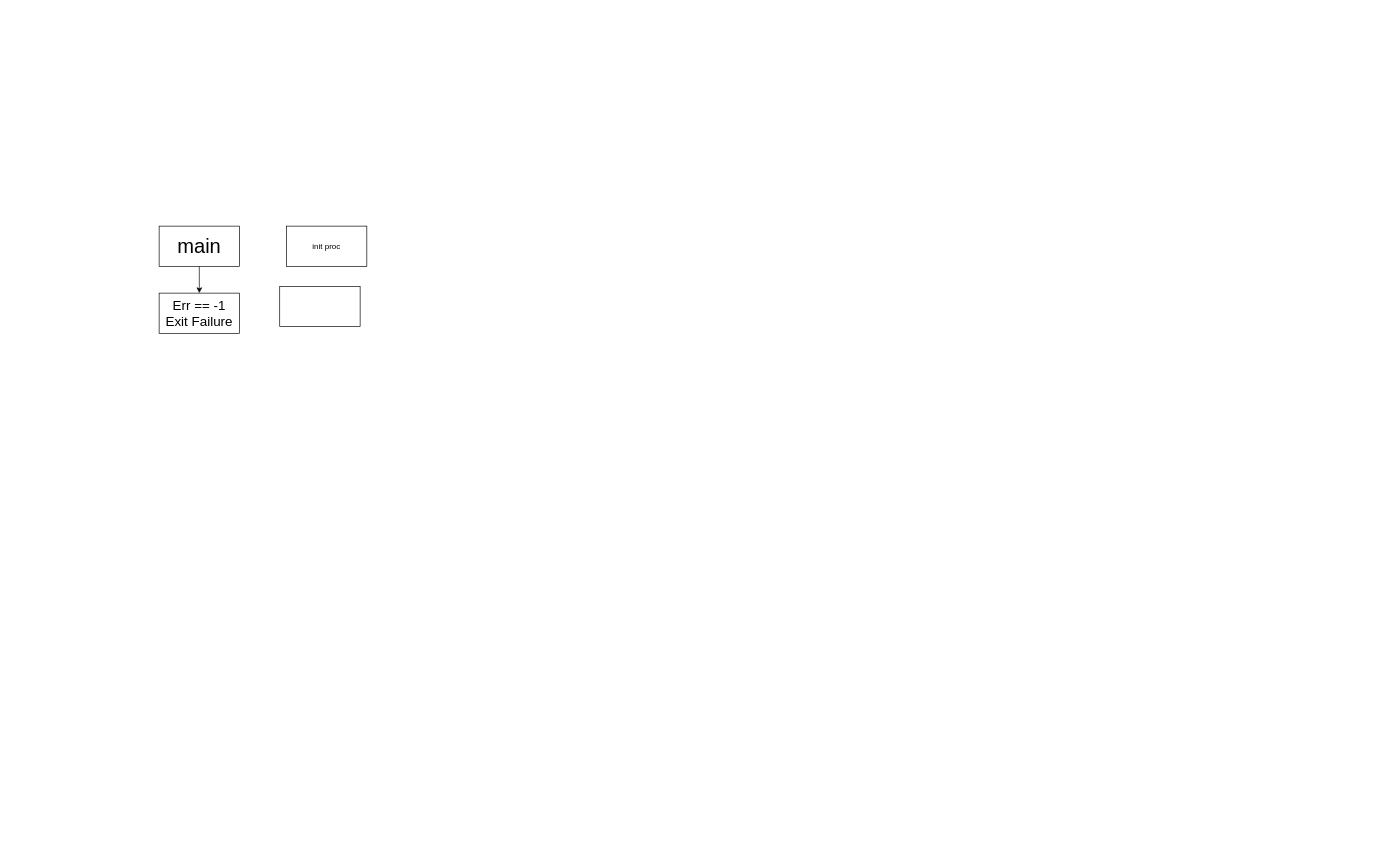
The draw.io diagram notes/Untitled Diagram.drawio in tantk/42, before the edit. Source tidied: cells renumbered, new cells numbered last; positions are measured from the earlier drawing's top-left corner, leaving out a move shared by most shapes. Both pictures are drawn from the tidied source at 67%, with x=0, y=0 at pixel (159, 226).
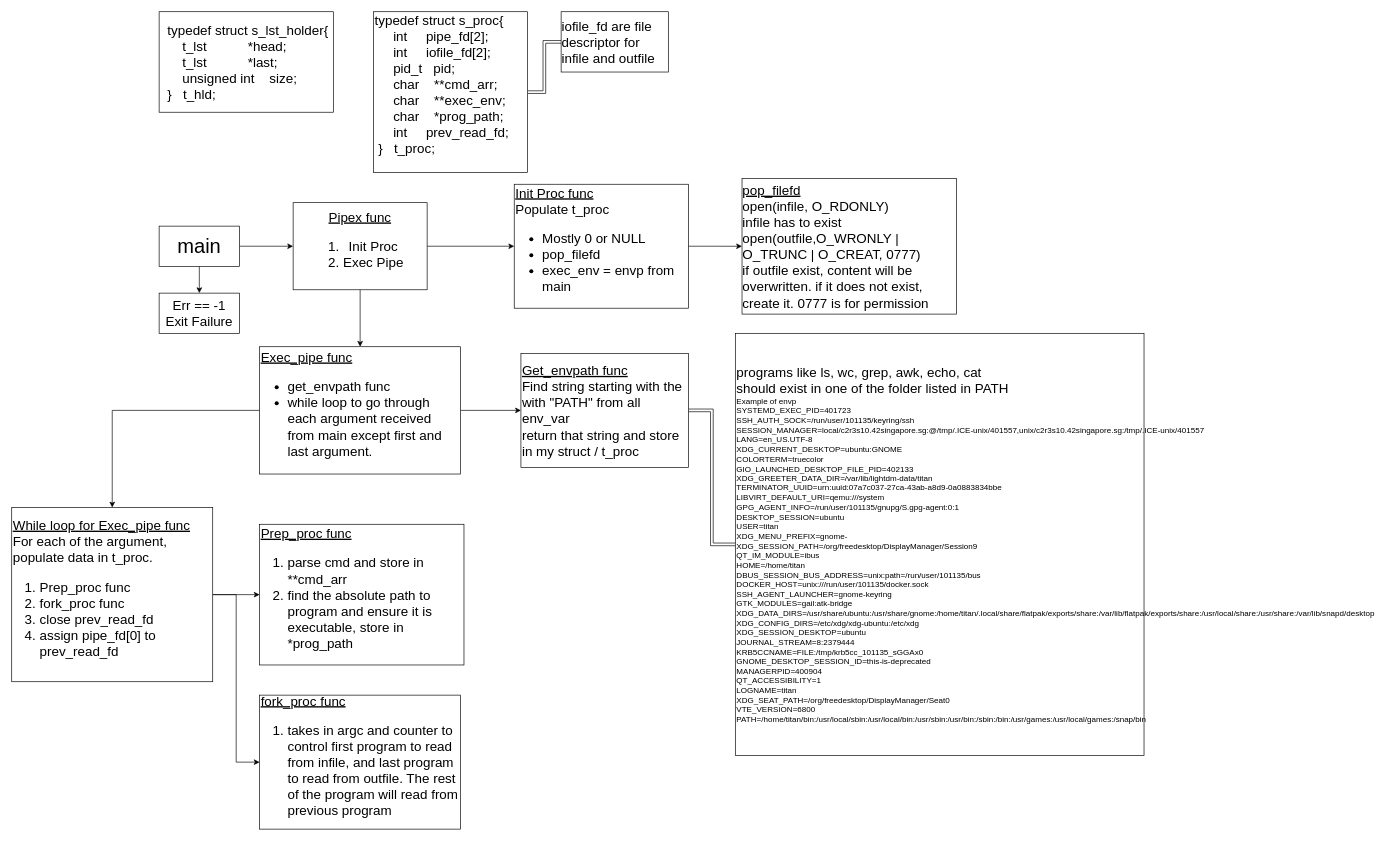
After the change.

The change refers to these unchanged cells:
```xml
<mxCell id="3" value="&lt;font style=&quot;font-size: 30px;&quot;&gt;main&lt;/font&gt;" style="rounded=0;whiteSpace=wrap;html=1;" parent="1" vertex="1">
  <mxGeometry width="120" height="60" as="geometry" />
</mxCell>
```

Diff of the diagram source:
```diff
@@
+    <mxCell id="7" style="edgeStyle=orthogonalEdgeStyle;rounded=0;jettySize=auto;html=1;entryX=0;entryY=0.5;entryDx=0;entryDy=0;" parent="1" edge="1" source="3" target="5">
+      <mxGeometry relative="1" as="geometry" />
+    </mxCell>
@@
+    <mxCell id="8" style="edgeStyle=orthogonalEdgeStyle;rounded=0;jettySize=auto;html=1;" parent="1" edge="1" source="5" target="15">
+      <mxGeometry relative="1" as="geometry" />
+    </mxCell>
+    <mxCell id="9" style="edgeStyle=orthogonalEdgeStyle;rounded=0;jettySize=auto;html=1;" parent="1" edge="1" source="5" target="19">
+      <mxGeometry relative="1" as="geometry" />
+    </mxCell>
-    <mxCell id="5" value="init proc" style="rounded=0;whiteSpace=wrap;html=1;" parent="1" vertex="1">
-      <mxGeometry x="190" width="120" height="60" as="geometry" />
+    <mxCell id="5" value="&lt;font style=&quot;font-size: 20px;&quot;&gt;&lt;u&gt;Pipex func&lt;/u&gt;&lt;br&gt;&lt;ol&gt;&lt;li&gt;Init Proc&lt;/li&gt;&lt;li&gt;Exec Pipe&lt;/li&gt;&lt;/ol&gt;&lt;/font&gt;" style="rounded=0;whiteSpace=wrap;html=1;align=center;" parent="1" vertex="1">
+      <mxGeometry x="200" y="-35" width="200" height="130" as="geometry" />
     </mxCell>
-    <mxCell id="6" style="rounded=0;whiteSpace=wrap;html=1;" parent="1" vertex="1">
-      <mxGeometry x="180" y="90" width="120" height="60" as="geometry" />
-    </mxCell>
+    <mxCell id="10" style="edgeStyle=orthogonalEdgeStyle;rounded=0;jettySize=auto;html=1;entryX=0;entryY=0.5;entryDx=0;entryDy=0;shape=link;" parent="1" edge="1" source="11" target="13">
+      <mxGeometry relative="1" as="geometry" />
+    </mxCell>
+    <mxCell id="11" value="&lt;div style=&quot;font-size: 20px;&quot;&gt;&lt;font style=&quot;font-size: 20px;&quot;&gt;&lt;span style=&quot;background-color: initial;&quot;&gt;typedef struct s_proc{&lt;/span&gt;&lt;br&gt;&lt;/font&gt;&lt;/div&gt;&lt;div style=&quot;font-size: 20px;&quot;&gt;&lt;font style=&quot;font-size: 20px;&quot;&gt;&amp;nbsp; &amp;nbsp; &amp;nbsp;int&amp;nbsp; &amp;nbsp; &amp;nbsp;pipe_fd[2];&lt;/font&gt;&lt;/div&gt;&lt;div style=&quot;font-size: 20px;&quot;&gt;&lt;font style=&quot;font-size: 20px;&quot;&gt;&amp;nbsp; &amp;nbsp; &amp;nbsp;int&amp;nbsp; &amp;nbsp; &amp;nbsp;iofile_fd[2];&lt;/font&gt;&lt;/div&gt;&lt;div style=&quot;font-size: 20px;&quot;&gt;&lt;font style=&quot;font-size: 20px;&quot;&gt;&amp;nbsp; &amp;nbsp; &amp;nbsp;pid_t&amp;nbsp; &amp;nbsp;pid;&lt;/font&gt;&lt;/div&gt;&lt;div style=&quot;font-size: 20px;&quot;&gt;&lt;font style=&quot;font-size: 20px;&quot;&gt;&amp;nbsp; &amp;nbsp; &amp;nbsp;char&amp;nbsp; &amp;nbsp; **cmd_arr;&lt;/font&gt;&lt;/div&gt;&lt;div style=&quot;font-size: 20px;&quot;&gt;&lt;font style=&quot;font-size: 20px;&quot;&gt;&amp;nbsp; &amp;nbsp; &amp;nbsp;char&amp;nbsp; &amp;nbsp; **exec_env;&lt;/font&gt;&lt;/div&gt;&lt;div style=&quot;font-size: 20px;&quot;&gt;&lt;font style=&quot;font-size: 20px;&quot;&gt;&amp;nbsp; &amp;nbsp; &amp;nbsp;char&amp;nbsp; &amp;nbsp; *prog_path;&lt;/font&gt;&lt;/div&gt;&lt;div style=&quot;font-size: 20px;&quot;&gt;&lt;font style=&quot;font-size: 20px;&quot;&gt;&amp;nbsp; &amp;nbsp; &amp;nbsp;int&amp;nbsp; &amp;nbsp; &amp;nbsp;prev_read_fd;&lt;/font&gt;&lt;/div&gt;&lt;div style=&quot;font-size: 20px;&quot;&gt;&lt;font style=&quot;font-size: 20px;&quot;&gt;&amp;nbsp;}&amp;nbsp; &amp;nbsp;t_proc;&lt;/font&gt;&lt;/div&gt;&lt;div style=&quot;font-size: 20px;&quot;&gt;&lt;br&gt;&lt;/div&gt;" style="rounded=0;whiteSpace=wrap;html=1;align=left;" parent="1" vertex="1">
+      <mxGeometry x="320" y="-320" width="230" height="240" as="geometry" />
+    </mxCell>
+    <mxCell id="12" value="&lt;div style=&quot;border-color: var(--border-color); text-align: left; font-size: 20px;&quot;&gt;&lt;font style=&quot;font-size: 20px;&quot;&gt;&amp;nbsp;typedef struct s_lst_holder{&lt;/font&gt;&lt;/div&gt;&lt;div style=&quot;border-color: var(--border-color); text-align: left; font-size: 20px;&quot;&gt;&lt;font style=&quot;font-size: 20px;&quot;&gt;&amp;nbsp; &amp;nbsp; &amp;nbsp;t_lst&amp;nbsp; &amp;nbsp; &amp;nbsp; &amp;nbsp; &amp;nbsp; &amp;nbsp;*head;&lt;/font&gt;&lt;/div&gt;&lt;div style=&quot;border-color: var(--border-color); text-align: left; font-size: 20px;&quot;&gt;&lt;font style=&quot;font-size: 20px;&quot;&gt;&amp;nbsp; &amp;nbsp; &amp;nbsp;t_lst&amp;nbsp; &amp;nbsp; &amp;nbsp; &amp;nbsp; &amp;nbsp; &amp;nbsp;*last;&lt;/font&gt;&lt;/div&gt;&lt;div style=&quot;border-color: var(--border-color); text-align: left; font-size: 20px;&quot;&gt;&lt;font style=&quot;font-size: 20px;&quot;&gt;&amp;nbsp; &amp;nbsp; &amp;nbsp;unsigned int&amp;nbsp; &amp;nbsp; size;&lt;/font&gt;&lt;/div&gt;&lt;div style=&quot;border-color: var(--border-color); text-align: left; font-size: 20px;&quot;&gt;&lt;font style=&quot;font-size: 20px;&quot;&gt;&amp;nbsp;}&amp;nbsp; &amp;nbsp;t_hld;&lt;/font&gt;&lt;/div&gt;" style="rounded=0;whiteSpace=wrap;html=1;" parent="1" vertex="1">
+      <mxGeometry y="-320" width="260" height="150" as="geometry" />
+    </mxCell>
+    <mxCell id="13" value="&lt;div style=&quot;text-align: left;&quot;&gt;&lt;span style=&quot;background-color: initial;&quot;&gt;&lt;font style=&quot;font-size: 20px;&quot;&gt;iofile_fd are file descriptor for infile and outfile&lt;/font&gt;&lt;/span&gt;&lt;/div&gt;" style="rounded=0;whiteSpace=wrap;html=1;" parent="1" vertex="1">
+      <mxGeometry x="600" y="-320" width="160" height="90" as="geometry" />
+    </mxCell>
+    <mxCell id="14" style="edgeStyle=orthogonalEdgeStyle;rounded=0;jettySize=auto;html=1;" parent="1" edge="1" source="15" target="16">
+      <mxGeometry relative="1" as="geometry" />
+    </mxCell>
+    <mxCell id="15" value="&lt;font style=&quot;font-size: 20px;&quot;&gt;&lt;u&gt;Init Proc func&lt;/u&gt;&lt;br&gt;&lt;span style=&quot;background-color: initial;&quot;&gt;Populate t_proc&lt;/span&gt;&lt;br&gt;&lt;ul&gt;&lt;li&gt;&lt;font style=&quot;font-size: 20px;&quot;&gt;Mostly 0 or NULL&lt;br&gt;&lt;/font&gt;&lt;/li&gt;&lt;li&gt;&lt;font style=&quot;font-size: 20px;&quot;&gt;pop_filefd&lt;/font&gt;&lt;/li&gt;&lt;li&gt;&lt;font style=&quot;font-size: 20px;&quot;&gt;exec_env = envp from main&lt;/font&gt;&lt;/li&gt;&lt;/ul&gt;&lt;/font&gt;" style="rounded=0;whiteSpace=wrap;html=1;align=left;" parent="1" vertex="1">
+      <mxGeometry x="530" y="-62.5" width="260" height="185" as="geometry" />
+    </mxCell>
+    <mxCell id="16" value="&lt;div style=&quot;text-align: left; font-size: 20px;&quot;&gt;&lt;span style=&quot;background-color: initial;&quot;&gt;&lt;font style=&quot;font-size: 20px;&quot;&gt;&lt;u&gt;pop_filefd&lt;/u&gt;&lt;/font&gt;&lt;/span&gt;&lt;/div&gt;&lt;div style=&quot;text-align: left; font-size: 20px;&quot;&gt;&lt;span style=&quot;background-color: initial;&quot;&gt;&lt;font style=&quot;font-size: 20px;&quot;&gt;open(infile, O_RDONLY)&lt;/font&gt;&lt;/span&gt;&lt;/div&gt;&lt;div style=&quot;text-align: left; font-size: 20px;&quot;&gt;&lt;span style=&quot;background-color: initial;&quot;&gt;&lt;font style=&quot;font-size: 20px;&quot;&gt;infile has to exist&lt;/font&gt;&lt;/span&gt;&lt;/div&gt;&lt;div style=&quot;text-align: left; font-size: 20px;&quot;&gt;&lt;span style=&quot;background-color: initial;&quot;&gt;&lt;font style=&quot;font-size: 20px;&quot;&gt;open(outfile,O_WRONLY | O_TRUNC | O_CREAT, 0777)&lt;/font&gt;&lt;/span&gt;&lt;/div&gt;&lt;div style=&quot;text-align: left; font-size: 20px;&quot;&gt;&lt;span style=&quot;background-color: initial;&quot;&gt;&lt;font style=&quot;font-size: 20px;&quot;&gt;if outfile exist, content will be overwritten. if it does not exist, create it. 0777 is for permission&lt;/font&gt;&lt;/span&gt;&lt;/div&gt;" style="rounded=0;whiteSpace=wrap;html=1;" parent="1" vertex="1">
+      <mxGeometry x="870" y="-71.2" width="320" height="202.5" as="geometry" />
+    </mxCell>
+    <mxCell id="17" style="edgeStyle=orthogonalEdgeStyle;rounded=0;jettySize=auto;html=1;entryX=0;entryY=0.5;entryDx=0;entryDy=0;" parent="1" edge="1" source="19" target="21">
+      <mxGeometry relative="1" as="geometry" />
+    </mxCell>
+    <mxCell id="18" style="edgeStyle=orthogonalEdgeStyle;rounded=0;jettySize=auto;html=1;entryX=0.5;entryY=0;entryDx=0;entryDy=0;" parent="1" edge="1" source="19" target="25">
+      <mxGeometry relative="1" as="geometry" />
+    </mxCell>
+    <mxCell id="19" value="&lt;font style=&quot;font-size: 20px;&quot;&gt;&lt;u&gt;Exec_pipe func&lt;/u&gt;&lt;br&gt;&lt;ul&gt;&lt;li&gt;&lt;font style=&quot;font-size: 20px;&quot;&gt;get_envpath func&lt;/font&gt;&lt;/li&gt;&lt;li&gt;&lt;font style=&quot;font-size: 20px;&quot;&gt;while loop to go through each argument received from main except first and last argument.&lt;/font&gt;&lt;/li&gt;&lt;/ul&gt;&lt;/font&gt;" style="rounded=0;whiteSpace=wrap;html=1;align=left;" parent="1" vertex="1">
+      <mxGeometry x="150" y="180" width="300" height="190" as="geometry" />
+    </mxCell>
+    <mxCell id="20" style="edgeStyle=orthogonalEdgeStyle;rounded=0;jettySize=auto;html=1;shape=link;" parent="1" edge="1" source="21" target="22">
+      <mxGeometry relative="1" as="geometry" />
+    </mxCell>
+    <mxCell id="21" value="&lt;font style=&quot;font-size: 20px;&quot;&gt;&lt;u&gt;Get_envpath func&lt;/u&gt;&lt;br&gt;Find string starting with the with &quot;PATH&quot; from all env_var&lt;br&gt;return that string and store in my struct / t_proc&lt;br&gt;&lt;/font&gt;" style="rounded=0;whiteSpace=wrap;html=1;align=left;" parent="1" vertex="1">
+      <mxGeometry x="540" y="190" width="250" height="170" as="geometry" />
+    </mxCell>
+    <mxCell id="22" value="&lt;div style=&quot;text-align: justify;&quot;&gt;&lt;br&gt;&lt;/div&gt;&lt;font style=&quot;font-size: 20px;&quot;&gt;&lt;div style=&quot;text-align: justify;&quot;&gt;&lt;span style=&quot;background-color: initial;&quot;&gt;programs like ls, wc, grep, awk, echo, cat&amp;nbsp;&lt;/span&gt;&lt;/div&gt;&lt;div style=&quot;text-align: justify;&quot;&gt;&lt;span style=&quot;background-color: initial;&quot;&gt;should exist in one of the folder listed in PATH&lt;/span&gt;&lt;/div&gt;&lt;/font&gt;&lt;div style=&quot;text-align: justify;&quot;&gt;&lt;span style=&quot;background-color: initial;&quot;&gt;Example of envp&lt;/span&gt;&lt;/div&gt;&lt;div style=&quot;text-align: justify;&quot;&gt;SYSTEMD_EXEC_PID=401723&lt;/div&gt;&lt;div style=&quot;text-align: justify;&quot;&gt;SSH_AUTH_SOCK=/run/user/101135/keyring/ssh&lt;/div&gt;&lt;div style=&quot;text-align: justify;&quot;&gt;SESSION_MANAGER=local/c2r3s10.42singapore.sg:@/tmp/.ICE-unix/401557,unix/c2r3s10.42singapore.sg:/tmp/.ICE-unix/401557&lt;/div&gt;&lt;div style=&quot;text-align: justify;&quot;&gt;LANG=en_US.UTF-8&lt;/div&gt;&lt;div style=&quot;text-align: justify;&quot;&gt;XDG_CURRENT_DESKTOP=ubuntu:GNOME&lt;/div&gt;&lt;div style=&quot;text-align: justify;&quot;&gt;COLORTERM=truecolor&lt;/div&gt;&lt;div style=&quot;text-align: justify;&quot;&gt;GIO_LAUNCHED_DESKTOP_FILE_PID=402133&lt;/div&gt;&lt;div style=&quot;text-align: justify;&quot;&gt;XDG_GREETER_DATA_DIR=/var/lib/lightdm-data/titan&lt;/div&gt;&lt;div style=&quot;text-align: justify;&quot;&gt;TERMINATOR_UUID=urn:uuid:07a7c037-27ca-43ab-a8d9-0a0883834bbe&lt;/div&gt;&lt;div style=&quot;text-align: justify;&quot;&gt;LIBVIRT_DEFAULT_URI=qemu:///system&lt;/div&gt;&lt;div style=&quot;text-align: justify;&quot;&gt;GPG_AGENT_INFO=/run/user/101135/gnupg/S.gpg-agent:0:1&lt;/div&gt;&lt;div style=&quot;text-align: justify;&quot;&gt;DESKTOP_SESSION=ubuntu&lt;/div&gt;&lt;div style=&quot;text-align: justify;&quot;&gt;USER=titan&lt;/div&gt;&lt;div style=&quot;text-align: justify;&quot;&gt;XDG_MENU_PREFIX=gnome-&lt;/div&gt;&lt;div style=&quot;text-align: justify;&quot;&gt;XDG_SESSION_PATH=/org/freedesktop/DisplayManager/Session9&lt;/div&gt;&lt;div style=&quot;text-align: justify;&quot;&gt;QT_IM_MODULE=ibus&lt;/div&gt;&lt;div style=&quot;text-align: justify;&quot;&gt;HOME=/home/titan&lt;/div&gt;&lt;div style=&quot;text-align: justify;&quot;&gt;DBUS_SESSION_BUS_ADDRESS=unix:path=/run/user/101135/bus&lt;/div&gt;&lt;div style=&quot;text-align: justify;&quot;&gt;DOCKER_HOST=unix:///run/user/101135/docker.sock&lt;/div&gt;&lt;div style=&quot;text-align: justify;&quot;&gt;SSH_AGENT_LAUNCHER=gnome-keyring&lt;/div&gt;&lt;div style=&quot;text-align: justify;&quot;&gt;GTK_MODULES=gail:atk-bridge&lt;/div&gt;&lt;div style=&quot;text-align: justify;&quot;&gt;XDG_DATA_DIRS=/usr/share/ubuntu:/usr/share/gnome:/home/titan/.local/share/flatpak/exports/share:/var/lib/flatpak/exports/share:/usr/local/share:/usr/share:/var/lib/snapd/desktop&lt;/div&gt;&lt;div style=&quot;text-align: justify;&quot;&gt;XDG_CONFIG_DIRS=/etc/xdg/xdg-ubuntu:/etc/xdg&lt;/div&gt;&lt;div style=&quot;text-align: justify;&quot;&gt;XDG_SESSION_DESKTOP=ubuntu&lt;/div&gt;&lt;div style=&quot;text-align: justify;&quot;&gt;JOURNAL_STREAM=8:2379444&lt;/div&gt;&lt;div style=&quot;text-align: justify;&quot;&gt;KRB5CCNAME=FILE:/tmp/krb5cc_101135_sGGAx0&lt;/div&gt;&lt;div style=&quot;text-align: justify;&quot;&gt;GNOME_DESKTOP_SESSION_ID=this-is-deprecated&lt;/div&gt;&lt;div style=&quot;text-align: justify;&quot;&gt;MANAGERPID=400904&lt;/div&gt;&lt;div style=&quot;text-align: justify;&quot;&gt;QT_ACCESSIBILITY=1&lt;/div&gt;&lt;div style=&quot;text-align: justify;&quot;&gt;LOGNAME=titan&lt;/div&gt;&lt;div style=&quot;text-align: justify;&quot;&gt;XDG_SEAT_PATH=/org/freedesktop/DisplayManager/Seat0&lt;/div&gt;&lt;div style=&quot;text-align: justify;&quot;&gt;VTE_VERSION=6800&lt;/div&gt;&lt;div style=&quot;text-align: justify;&quot;&gt;PATH=/home/titan/bin:/usr/local/sbin:/usr/local/bin:/usr/sbin:/usr/bin:/sbin:/bin:/usr/games:/usr/local/games:/snap/bin&lt;/div&gt;&lt;div style=&quot;text-align: justify;&quot;&gt;&lt;br&gt;&lt;/div&gt;" style="rounded=0;whiteSpace=wrap;html=1;align=left;" parent="1" vertex="1">
+      <mxGeometry x="860" y="160" width="610" height="630" as="geometry" />
+    </mxCell>
+    <mxCell id="23" style="edgeStyle=orthogonalEdgeStyle;rounded=0;jettySize=auto;html=1;" parent="1" edge="1" source="25" target="26">
+      <mxGeometry relative="1" as="geometry" />
+    </mxCell>
+    <mxCell id="24" style="edgeStyle=orthogonalEdgeStyle;rounded=0;jettySize=auto;html=1;entryX=0;entryY=0.5;entryDx=0;entryDy=0;" parent="1" edge="1" source="25" target="27">
+      <mxGeometry relative="1" as="geometry" />
+    </mxCell>
+    <mxCell id="25" value="&lt;font style=&quot;font-size: 20px;&quot;&gt;&lt;u&gt;While loop for Exec_pipe func&lt;br&gt;&lt;/u&gt;For each of the argument, populate data in t_proc.&lt;br&gt;&lt;ol&gt;&lt;li&gt;&lt;font style=&quot;font-size: 20px;&quot;&gt;Prep_proc func&lt;/font&gt;&lt;/li&gt;&lt;li&gt;&lt;font style=&quot;font-size: 20px;&quot;&gt;fork_proc func&lt;/font&gt;&lt;/li&gt;&lt;li&gt;&lt;font style=&quot;font-size: 20px;&quot;&gt;close prev_read_fd&lt;/font&gt;&lt;/li&gt;&lt;li&gt;&lt;font style=&quot;font-size: 20px;&quot;&gt;assign pipe_fd[0] to prev_read_fd&amp;nbsp;&lt;/font&gt;&lt;/li&gt;&lt;/ol&gt;&lt;/font&gt;" style="rounded=0;whiteSpace=wrap;html=1;align=left;" parent="1" vertex="1">
+      <mxGeometry x="-220" y="420" width="300" height="260" as="geometry" />
+    </mxCell>
+    <mxCell id="26" value="&lt;font style=&quot;font-size: 20px;&quot;&gt;&lt;u&gt;Prep_proc func&lt;br&gt;&lt;/u&gt;&lt;ol style=&quot;border-color: var(--border-color);&quot;&gt;&lt;li style=&quot;border-color: var(--border-color);&quot;&gt;&lt;font style=&quot;border-color: var(--border-color);&quot;&gt;parse cmd and store in **cmd_arr&lt;/font&gt;&lt;/li&gt;&lt;li style=&quot;border-color: var(--border-color);&quot;&gt;&lt;font style=&quot;border-color: var(--border-color);&quot;&gt;find the absolute path to program and ensure it is executable, store in *prog_path&lt;/font&gt;&lt;/li&gt;&lt;/ol&gt;&lt;/font&gt;" style="rounded=0;whiteSpace=wrap;html=1;align=left;" parent="1" vertex="1">
+      <mxGeometry x="150" y="445" width="305" height="210" as="geometry" />
+    </mxCell>
+    <mxCell id="27" value="&lt;font style=&quot;font-size: 20px;&quot;&gt;&lt;u&gt;fork_proc func&lt;/u&gt;&lt;br&gt;&lt;ol style=&quot;&quot;&gt;&lt;li style=&quot;&quot;&gt;takes in argc and counter to control first program to read from infile, and last program to read from outfile. The rest of the program will read from previous program&amp;nbsp;&lt;/li&gt;&lt;/ol&gt;&lt;/font&gt;" style="rounded=0;whiteSpace=wrap;html=1;align=left;" parent="1" vertex="1">
+      <mxGeometry x="150" y="700" width="300" height="200" as="geometry" />
+    </mxCell>
```
